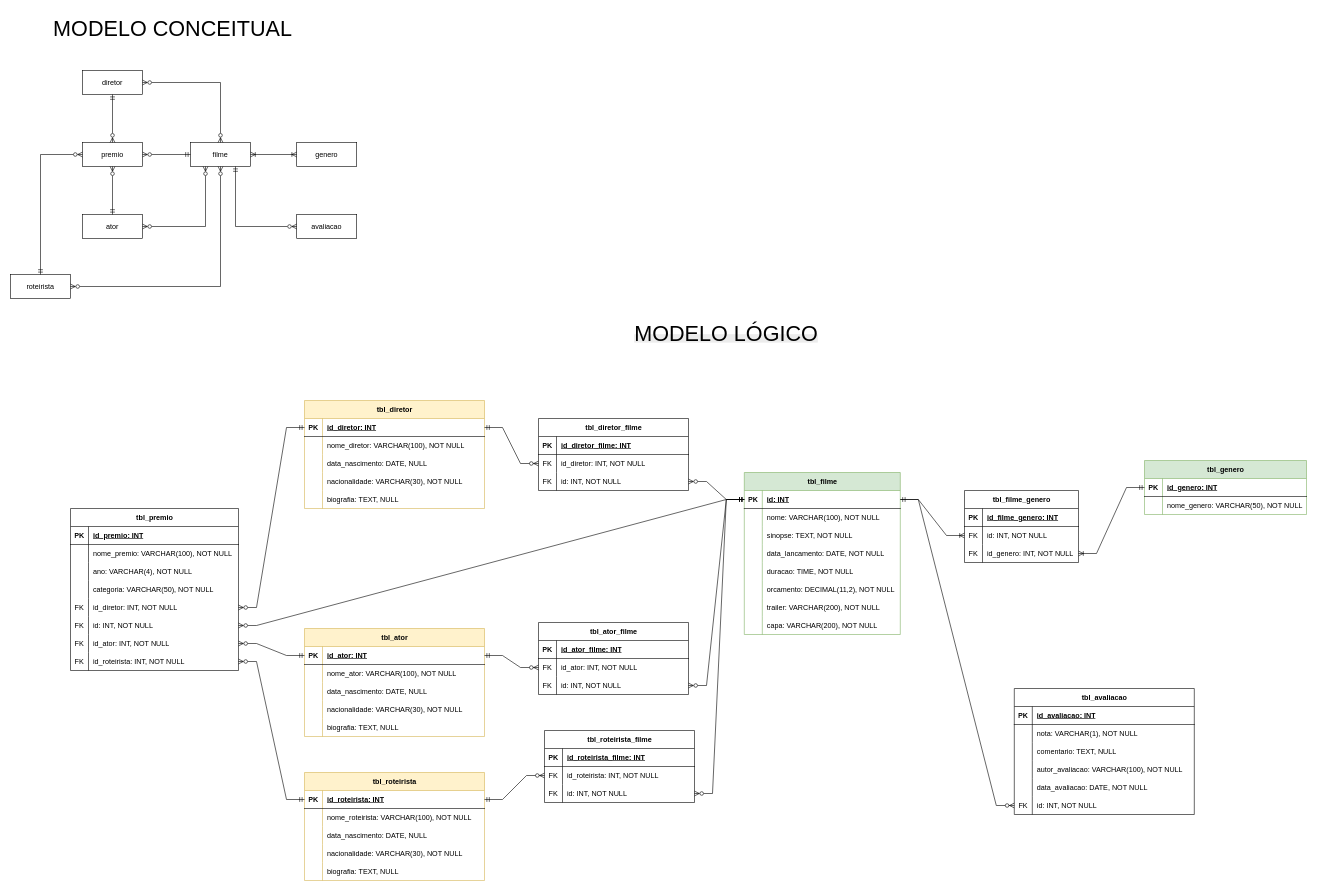
Before: database/modelagem-db-locadora.drawio in marcelo23vds/api-locadora, a draw.io diagram. Source tidied: cells renumbered, new cells numbered last; positions are measured from the earlier drawing's top-left corner, leaving out a move shared by most shapes. Both pictures are drawn from the tidied source at 60%, with x=0, y=0 at pixel (10, 10).
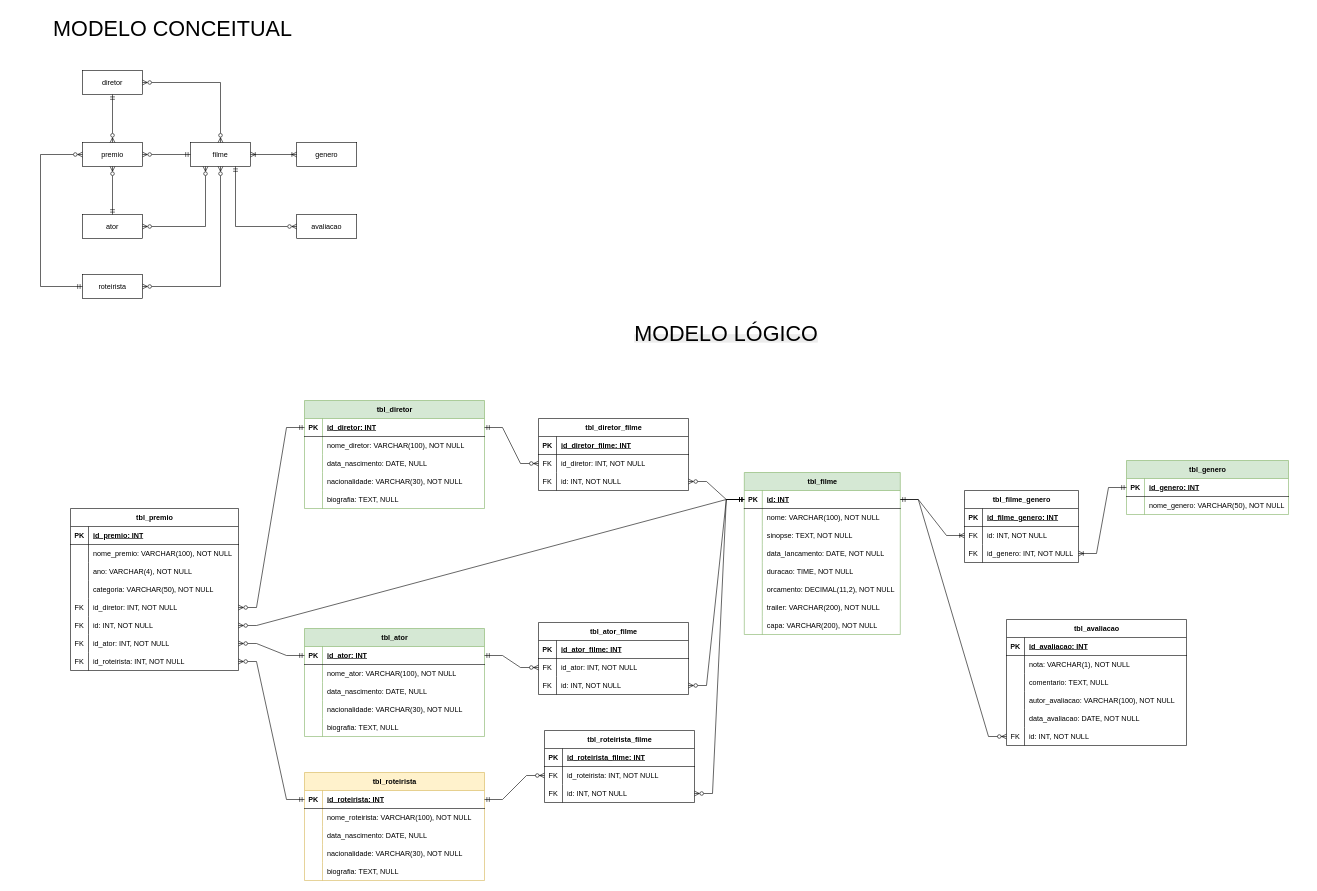
Above is the later version.

Commit message (it also covers changes not shown here):
CRUD da tbl_diretor OK; proximo passo: CRUD da tbl_roteirista

Unchanged cells that the change refers to:
```xml
<mxCell id="5" value="premio" style="whiteSpace=wrap;html=1;align=center;" parent="1" vertex="1">
  <mxGeometry x="120" y="220" width="100" height="40" as="geometry" />
</mxCell>
```

The edit, as a diff of the source:
```diff
@@
-    <mxCell id="64" value="tbl_ator" style="shape=table;startSize=30;childLayout=tableLayout;rowLines=0;fontStyle=1;align=center;html=1;fillColor=#fff2cc;strokeColor=#d6b656;" parent="1" vertex="1">
+    <mxCell id="64" value="tbl_ator" style="shape=table;startSize=30;childLayout=tableLayout;rowLines=0;fontStyle=1;align=center;html=1;fillColor=#d5e8d4;strokeColor=#82b366;" parent="1" vertex="1">
       <mxGeometry x="490" y="1030" width="300" height="180" as="geometry" />
     </mxCell>
@@
     <mxCell id="80" value="tbl_genero" style="shape=table;startSize=30;childLayout=tableLayout;rowLines=0;fontStyle=1;align=center;html=1;fillColor=#d5e8d4;strokeColor=#82b366;" parent="1" vertex="1">
-      <mxGeometry x="1890" y="750" width="270" height="90" as="geometry" />
+      <mxGeometry x="1860" y="750" width="270" height="90" as="geometry" />
     </mxCell>
@@
     <mxCell id="87" value="tbl_avaliacao" style="shape=table;startSize=30;childLayout=tableLayout;rowLines=0;fontStyle=1;align=center;html=1;" parent="1" vertex="1">
-      <mxGeometry x="1673" y="1130" width="300" height="210" as="geometry" />
+      <mxGeometry x="1660" y="1015" width="300" height="210" as="geometry" />
     </mxCell>
@@
-    <mxCell id="132" value="tbl_diretor" style="shape=table;startSize=30;childLayout=tableLayout;rowLines=0;fontStyle=1;align=center;html=1;fillColor=#fff2cc;strokeColor=#d6b656;" parent="1" vertex="1">
+    <mxCell id="132" value="tbl_diretor" style="shape=table;startSize=30;childLayout=tableLayout;rowLines=0;fontStyle=1;align=center;html=1;fillColor=#d5e8d4;strokeColor=#82b366;" parent="1" vertex="1">
       <mxGeometry x="490" y="650" width="300" height="180" as="geometry" />
     </mxCell>
@@
     <mxCell id="165" value="roteirista" style="whiteSpace=wrap;html=1;align=center;" parent="1" vertex="1">
-      <mxGeometry y="440" width="100" height="40" as="geometry" />
+      <mxGeometry x="120" y="440" width="100" height="40" as="geometry" />
     </mxCell>
@@
     <mxCell id="167" style="endArrow=ERzeroToMany;html=1;rounded=0;endFill=0;startArrow=ERmandOne;startFill=0;" parent="1" edge="1" source="165" target="5">
       <mxGeometry relative="1" as="geometry">
         <Array as="points">
+          <mxPoint x="50" y="460" />
           <mxPoint x="50" y="240" />
         </Array>
       </mxGeometry>
     </mxCell>
```
